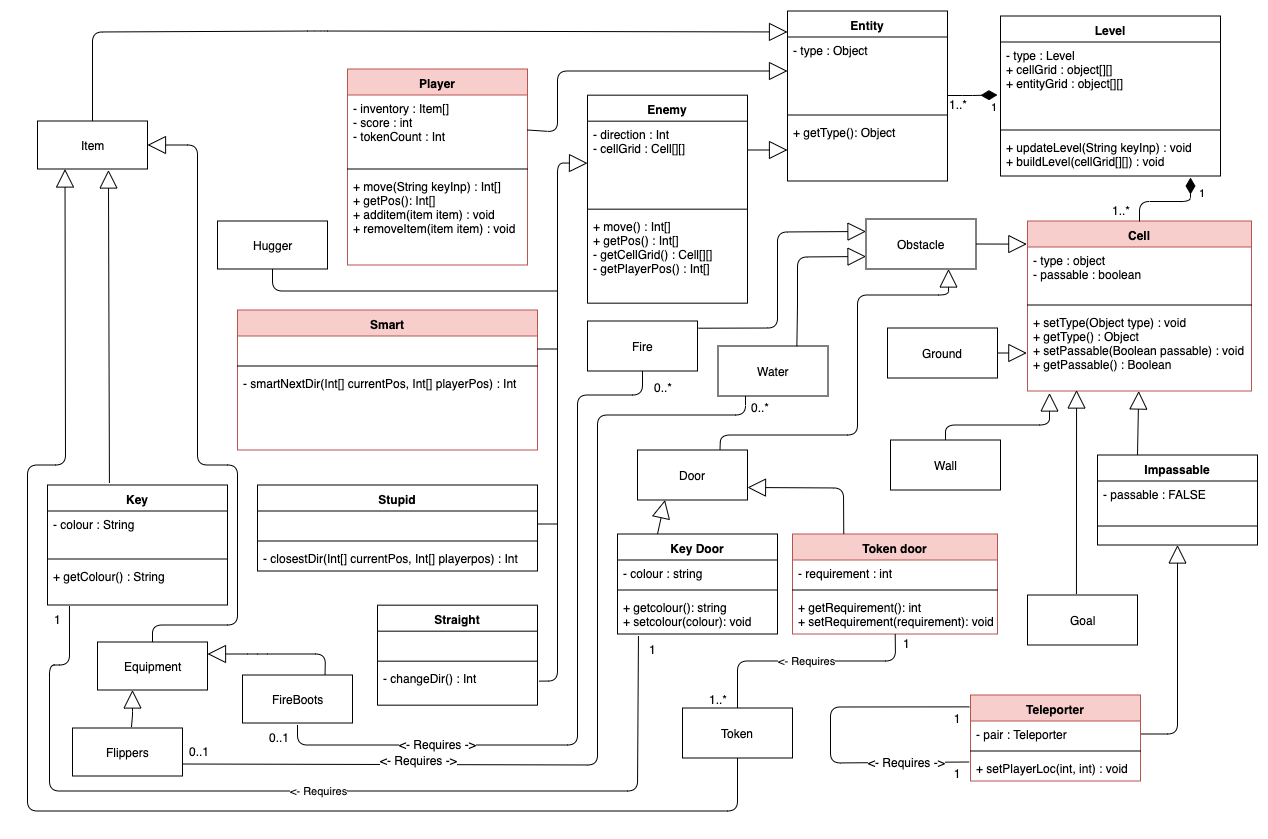
Earlier version of the draw.io export Design Documents/UML_Final.png (ChuksAjeh/CS-230). Source tidied: cells renumbered, new cells last; positions are measured from the earlier drawing's top-left corner, leaving out a move shared by most shapes.
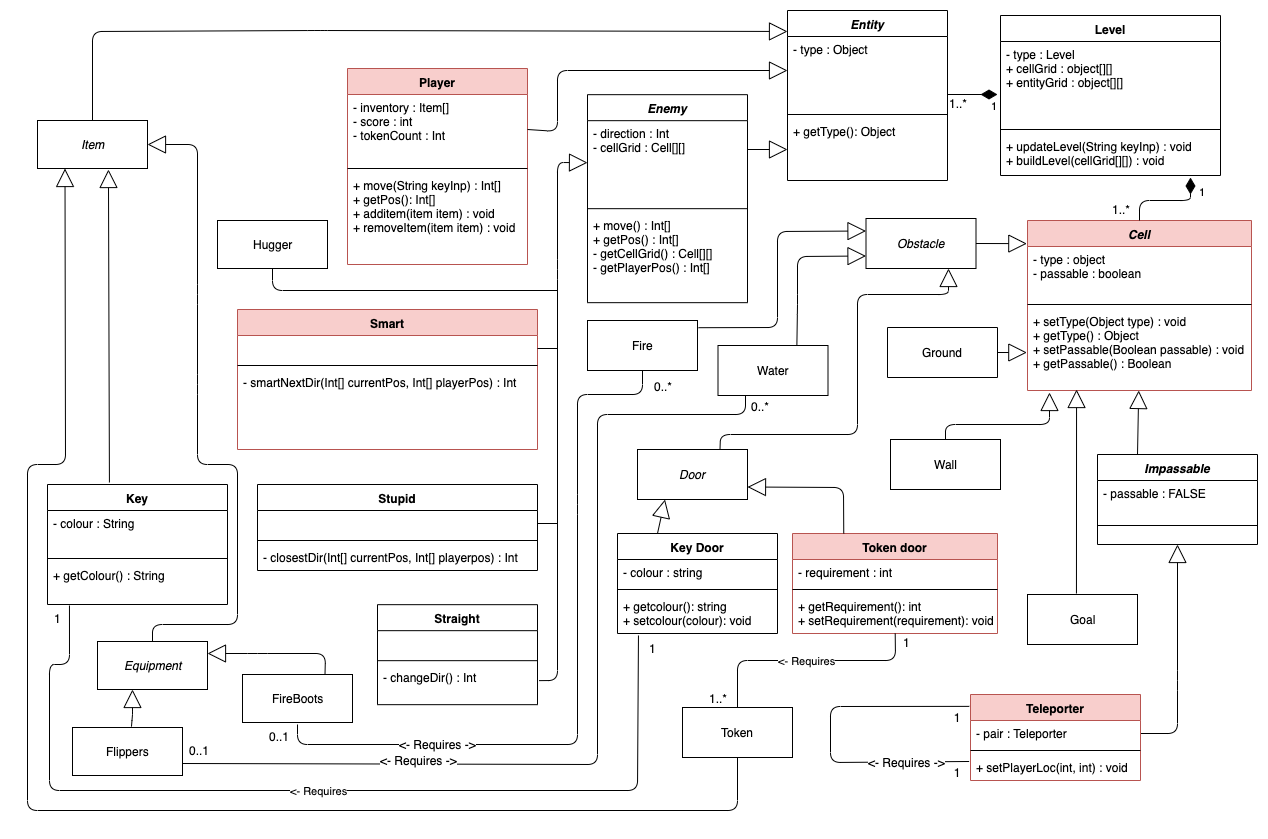
After the commit.

Commit message:
Abstract class

What changed in the source:
```diff
@@ -2,7 +2,7 @@
   <root>
     <mxCell id="0" />
     <mxCell id="1" parent="0" />
-    <mxCell id="2" value="Cell" style="swimlane;fontStyle=1;align=center;verticalAlign=top;horizontal=1;startSize=26;fillColor=#f8cecc;strokeColor=#b85450;" parent="1" vertex="1">
+    <mxCell id="2" value="Cell" style="swimlane;fontStyle=3;align=center;verticalAlign=top;horizontal=1;startSize=26;fillColor=#f8cecc;strokeColor=#b85450;" parent="1" vertex="1">
       <mxGeometry x="1000" y="210.5" width="224" height="170" as="geometry" />
     </mxCell>
     <mxCell id="3" value="- type : object&#10;- passable : boolean" style="text;strokeColor=none;fillColor=none;align=left;verticalAlign=top;spacingLeft=4;spacingRight=4;overflow=hidden;" parent="2" vertex="1">
@@ -14,7 +14,7 @@
     <mxCell id="5" value="+ setType(Object type) : void&#10;+ getType() : Object&#10;+ setPassable(Boolean passable) : void&#10;+ getPassable() : Boolean" style="text;strokeColor=none;fillColor=none;align=left;verticalAlign=top;spacingLeft=4;spacingRight=4;overflow=hidden;points=[[0,0.5],[1,0.5]];portConstraint=eastwest;" parent="2" vertex="1">
       <mxGeometry y="88" width="224" height="82" as="geometry" />
     </mxCell>
-    <mxCell id="6" value="Impassable" style="swimlane;fontStyle=1;align=center;verticalAlign=top;horizontal=1;startSize=26;" parent="1" vertex="1">
+    <mxCell id="6" value="Impassable" style="swimlane;fontStyle=3;align=center;verticalAlign=top;horizontal=1;startSize=26;" parent="1" vertex="1">
       <mxGeometry x="1070" y="444.5" width="160" height="90" as="geometry" />
     </mxCell>
     <mxCell id="7" value="- passable : FALSE" style="text;strokeColor=none;fillColor=none;align=left;verticalAlign=top;spacingLeft=4;spacingRight=4;overflow=hidden;" parent="6" vertex="1">
@@ -35,7 +35,7 @@
     <mxCell id="12" value="Water" style="html=1;" parent="1" vertex="1">
       <mxGeometry x="690.5" y="335.5" width="110" height="50" as="geometry" />
     </mxCell>
-    <mxCell id="13" value="Door" style="html=1;" parent="1" vertex="1">
+    <mxCell id="13" value="&lt;i&gt;Door&lt;/i&gt;" style="html=1;" parent="1" vertex="1">
       <mxGeometry x="610" y="439.5" width="110" height="50" as="geometry" />
     </mxCell>
     <mxCell id="14" value="Token door" style="swimlane;fontStyle=1;align=center;verticalAlign=top;horizontal=1;startSize=26;fillColor=#f8cecc;strokeColor=#b85450;" parent="1" vertex="1">
@@ -86,7 +86,7 @@
     <mxCell id="29" value="+ move(String keyInp) : Int[]&#10;+ getPos(): Int[]&#10;+ additem(item item) : void&#10;+ removeItem(item item) : void&#10;" style="text;strokeColor=none;fillColor=none;align=left;verticalAlign=top;spacingLeft=4;spacingRight=4;overflow=hidden;" parent="26" vertex="1">
       <mxGeometry y="104" width="180" height="92" as="geometry" />
     </mxCell>
-    <mxCell id="30" value="Enemy" style="swimlane;fontStyle=1;align=center;verticalAlign=top;horizontal=1;startSize=26;" parent="1" vertex="1">
+    <mxCell id="30" value="Enemy" style="swimlane;fontStyle=3;align=center;verticalAlign=top;horizontal=1;startSize=26;" parent="1" vertex="1">
       <mxGeometry x="560" y="84.7" width="160" height="208" as="geometry" />
     </mxCell>
     <mxCell id="31" value="- direction : Int&#10;- cellGrid : Cell[][]" style="text;strokeColor=none;fillColor=none;align=left;verticalAlign=top;spacingLeft=4;spacingRight=4;overflow=hidden;points=[[0,0.5],[1,0.5]];portConstraint=eastwest;" parent="30" vertex="1">
@@ -98,7 +98,7 @@
     <mxCell id="33" value="+ move() : Int[]&#10;+ getPos() : Int[]&#10;- getCellGrid() : Cell[][]&#10;- getPlayerPos() : Int[]" style="text;strokeColor=none;fillColor=none;align=left;verticalAlign=top;spacingLeft=4;spacingRight=4;overflow=hidden;" parent="30" vertex="1">
       <mxGeometry y="118" width="160" height="90" as="geometry" />
     </mxCell>
-    <mxCell id="34" value="Entity" style="swimlane;fontStyle=1;align=center;verticalAlign=top;horizontal=1;startSize=26;" parent="1" vertex="1">
+    <mxCell id="34" value="Entity" style="swimlane;fontStyle=3;align=center;verticalAlign=top;horizontal=1;startSize=26;" parent="1" vertex="1">
       <mxGeometry x="760" y="0.5" width="160" height="170" as="geometry" />
     </mxCell>
     <mxCell id="35" value="- type : Object" style="text;strokeColor=none;fillColor=none;align=left;verticalAlign=top;spacingLeft=4;spacingRight=4;overflow=hidden;points=[[0,0.5],[1,0.5]];portConstraint=eastwest;" parent="34" vertex="1">
@@ -435,16 +435,16 @@
     <mxCell id="102" value="0..1" style="text;html=1;align=left;verticalAlign=top;spacingTop=-4;" parent="1" vertex="1">
       <mxGeometry x="160" y="731.5" width="40" height="20" as="geometry" />
     </mxCell>
-    <mxCell id="103" value="Equipment" style="html=1;" parent="1" vertex="1">
+    <mxCell id="103" value="&lt;i&gt;Equipment&lt;/i&gt;" style="html=1;" parent="1" vertex="1">
       <mxGeometry x="70" y="631.5" width="110" height="48" as="geometry" />
     </mxCell>
-    <mxCell id="104" value="Item" style="html=1;" parent="1" vertex="1">
+    <mxCell id="104" value="&lt;i&gt;Item&lt;/i&gt;" style="html=1;" parent="1" vertex="1">
       <mxGeometry x="10" y="110.5" width="110" height="48" as="geometry" />
     </mxCell>
     <mxCell id="105" value="Hugger" style="html=1;" parent="1" vertex="1">
       <mxGeometry x="190" y="210.5" width="110" height="48" as="geometry" />
     </mxCell>
-    <mxCell id="106" value="Obstacle" style="html=1;" parent="1" vertex="1">
+    <mxCell id="106" value="&lt;i&gt;Obstacle&lt;/i&gt;" style="html=1;" parent="1" vertex="1">
       <mxGeometry x="838.5" y="208.5" width="110" height="50" as="geometry" />
     </mxCell>
     <mxCell id="107" style="endArrow=none;endSize=16;endFill=0;html=1;entryX=1;entryY=0.5;entryDx=0;entryDy=0;startArrow=block;startFill=0;startSize=16;exitX=-0.003;exitY=0.136;exitDx=0;exitDy=0;exitPerimeter=0;" parent="1" edge="1" source="2" target="106">
```
